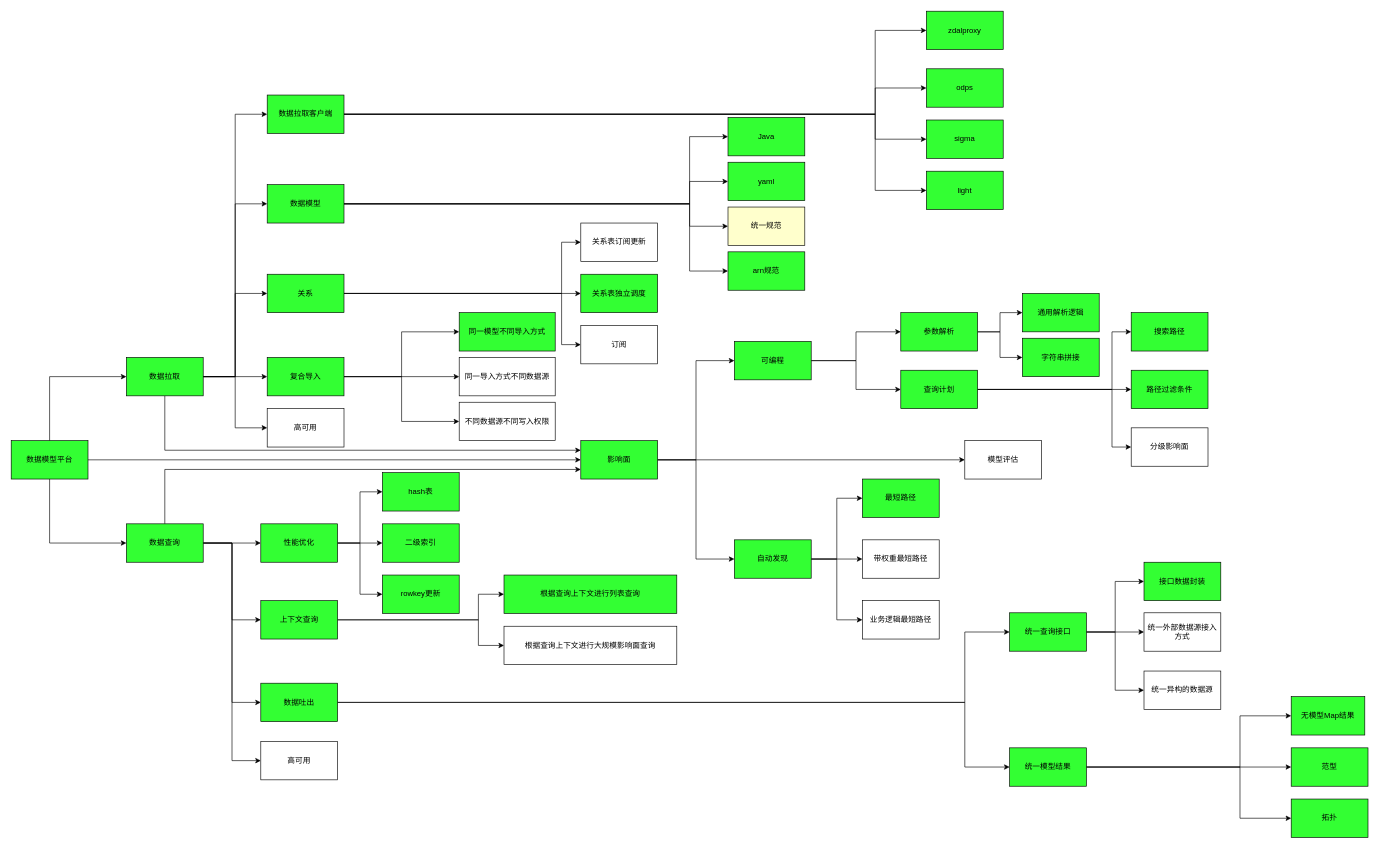
The draw.io diagram 影响面科技树.drawio in frankneu/draw.io, before the edit. Source tidied: cells renumbered, new cells numbered last; positions are measured from the earlier drawing's top-left corner, leaving out a move shared by most shapes. Both pictures are drawn from the tidied source at 64%, with x=0, y=0 at pixel (11, 11).
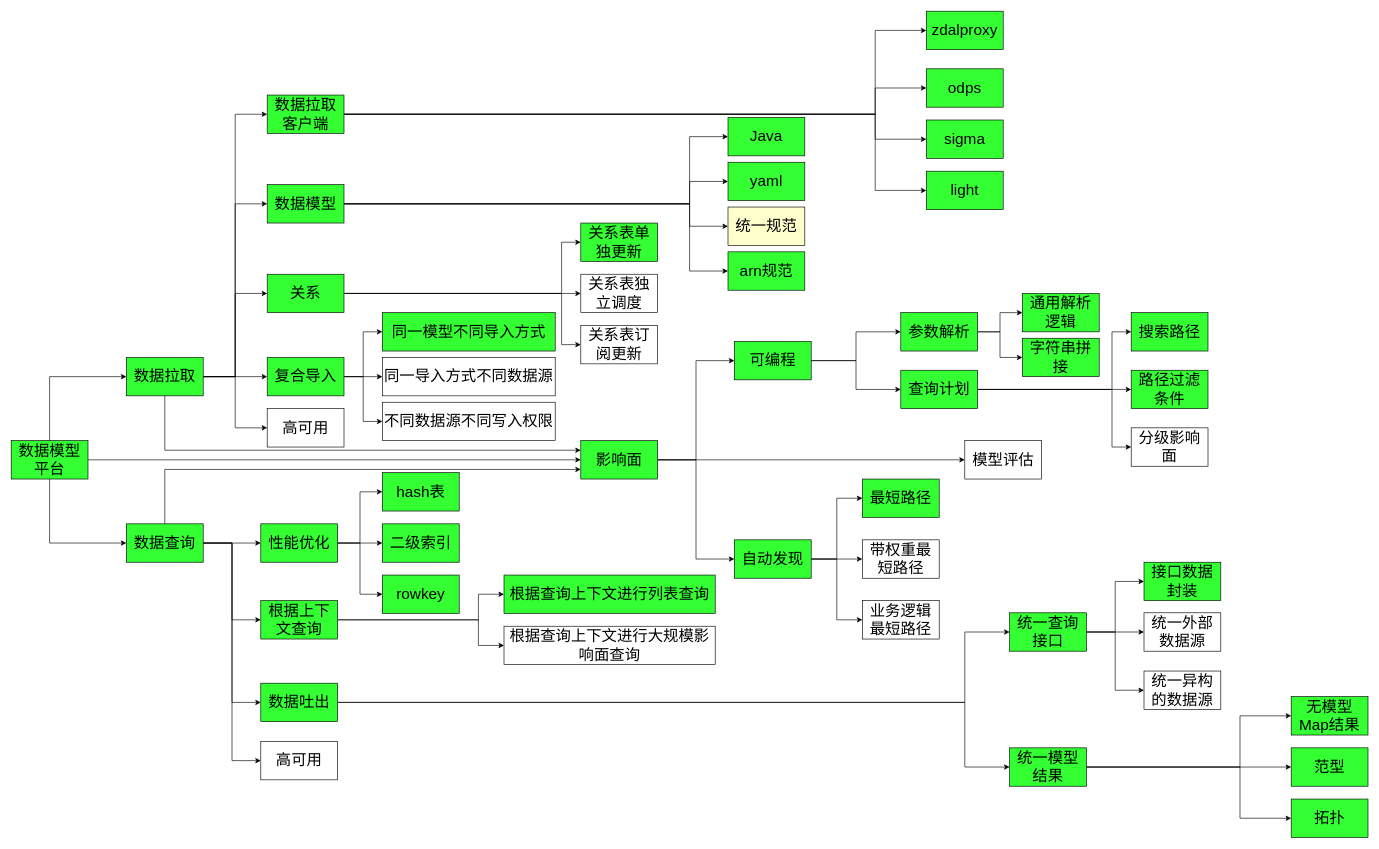
After the change.

Commit message:
Update 影响面科技树.drawio

The edit, as a diff of the source:
```diff
@@
-    <mxCell id="5" value="数据模型平台" style="rounded=0;whiteSpace=wrap;html=1;fillColor=#33FF33;" parent="1" vertex="1">
+    <mxCell id="5" value="&lt;font style=&quot;font-size: 24px&quot;&gt;数据模型平台&lt;/font&gt;" style="rounded=0;whiteSpace=wrap;html=1;fillColor=#33FF33;" parent="1" vertex="1">
       <mxGeometry y="671" width="120" height="60" as="geometry" />
     </mxCell>
@@
-    <mxCell id="12" value="数据拉取" style="rounded=0;whiteSpace=wrap;html=1;fillColor=#33FF33;" parent="1" vertex="1">
+    <mxCell id="12" value="&lt;font style=&quot;font-size: 24px&quot;&gt;数据拉取&lt;/font&gt;" style="rounded=0;whiteSpace=wrap;html=1;fillColor=#33FF33;" parent="1" vertex="1">
       <mxGeometry x="180" y="541" width="120" height="60" as="geometry" />
     </mxCell>
@@
-    <mxCell id="18" value="数据查询" style="rounded=0;whiteSpace=wrap;html=1;fillColor=#33FF33;" parent="1" vertex="1">
+    <mxCell id="18" value="&lt;font style=&quot;font-size: 24px&quot;&gt;数据查询&lt;/font&gt;" style="rounded=0;whiteSpace=wrap;html=1;fillColor=#33FF33;" parent="1" vertex="1">
       <mxGeometry x="180" y="801" width="120" height="60" as="geometry" />
     </mxCell>
@@
-    <mxCell id="22" value="影响面" style="rounded=0;whiteSpace=wrap;html=1;fillColor=#33FF33;" parent="1" vertex="1">
+    <mxCell id="22" value="&lt;font style=&quot;font-size: 24px&quot;&gt;影响面&lt;/font&gt;" style="rounded=0;whiteSpace=wrap;html=1;fillColor=#33FF33;" parent="1" vertex="1">
       <mxGeometry x="890" y="671" width="120" height="60" as="geometry" />
     </mxCell>
@@
-    <mxCell id="27" value="数据拉取客户端" style="rounded=0;whiteSpace=wrap;html=1;fillColor=#33FF33;" parent="1" vertex="1">
+    <mxCell id="27" value="&lt;font style=&quot;font-size: 24px&quot;&gt;数据拉取客户端&lt;/font&gt;" style="rounded=0;whiteSpace=wrap;html=1;fillColor=#33FF33;" parent="1" vertex="1">
       <mxGeometry x="400" y="131" width="120" height="60" as="geometry" />
     </mxCell>
@@
-    <mxCell id="32" value="数据模型" style="rounded=0;whiteSpace=wrap;html=1;fillColor=#33FF33;" parent="1" vertex="1">
+    <mxCell id="32" value="&lt;font style=&quot;font-size: 24px&quot;&gt;数据模型&lt;/font&gt;" style="rounded=0;whiteSpace=wrap;html=1;fillColor=#33FF33;" parent="1" vertex="1">
       <mxGeometry x="400" y="271" width="120" height="60" as="geometry" />
     </mxCell>
@@
-    <mxCell id="35" value="关系" style="rounded=0;whiteSpace=wrap;html=1;fillColor=#33FF33;" parent="1" vertex="1">
+    <mxCell id="35" value="&lt;font style=&quot;font-size: 24px&quot;&gt;关系&lt;/font&gt;" style="rounded=0;whiteSpace=wrap;html=1;fillColor=#33FF33;" parent="1" vertex="1">
       <mxGeometry x="400" y="411" width="120" height="60" as="geometry" />
     </mxCell>
@@
-    <mxCell id="39" value="复合导入" style="rounded=0;whiteSpace=wrap;html=1;fillColor=#33FF33;" parent="1" vertex="1">
+    <mxCell id="39" value="&lt;font style=&quot;font-size: 24px&quot;&gt;复合导入&lt;/font&gt;" style="rounded=0;whiteSpace=wrap;html=1;fillColor=#33FF33;" parent="1" vertex="1">
       <mxGeometry x="400" y="541" width="120" height="60" as="geometry" />
     </mxCell>
@@
-    <mxCell id="43" value="性能优化" style="rounded=0;whiteSpace=wrap;html=1;fillColor=#33FF33;" parent="1" vertex="1">
+    <mxCell id="43" value="&lt;font style=&quot;font-size: 24px&quot;&gt;性能优化&lt;/font&gt;" style="rounded=0;whiteSpace=wrap;html=1;fillColor=#33FF33;" parent="1" vertex="1">
       <mxGeometry x="390" y="801" width="120" height="60" as="geometry" />
     </mxCell>
@@
-    <mxCell id="46" value="上下文查询" style="rounded=0;whiteSpace=wrap;html=1;fillColor=#33FF33;" parent="1" vertex="1">
+    <mxCell id="46" value="&lt;font style=&quot;font-size: 24px&quot;&gt;根据上下文查询&lt;/font&gt;" style="rounded=0;whiteSpace=wrap;html=1;fillColor=#33FF33;" parent="1" vertex="1">
       <mxGeometry x="390" y="921" width="120" height="60" as="geometry" />
     </mxCell>
@@
-    <mxCell id="49" value="数据吐出" style="rounded=0;whiteSpace=wrap;html=1;fillColor=#33FF33;" parent="1" vertex="1">
+    <mxCell id="49" value="&lt;font style=&quot;font-size: 24px&quot;&gt;数据吐出&lt;/font&gt;" style="rounded=0;whiteSpace=wrap;html=1;fillColor=#33FF33;" parent="1" vertex="1">
       <mxGeometry x="390" y="1050" width="120" height="60" as="geometry" />
     </mxCell>
@@
-    <mxCell id="52" value="可编程" style="rounded=0;whiteSpace=wrap;html=1;fillColor=#33FF33;" parent="1" vertex="1">
+    <mxCell id="52" value="&lt;font style=&quot;font-size: 24px&quot;&gt;可编程&lt;/font&gt;" style="rounded=0;whiteSpace=wrap;html=1;fillColor=#33FF33;" parent="1" vertex="1">
       <mxGeometry x="1130" y="516" width="120" height="60" as="geometry" />
     </mxCell>
@@
-    <mxCell id="56" value="自动发现" style="rounded=0;whiteSpace=wrap;html=1;fillColor=#33FF33;" parent="1" vertex="1">
+    <mxCell id="56" value="&lt;font style=&quot;font-size: 24px&quot;&gt;自动发现&lt;/font&gt;" style="rounded=0;whiteSpace=wrap;html=1;fillColor=#33FF33;" parent="1" vertex="1">
       <mxGeometry x="1130" y="826" width="120" height="60" as="geometry" />
     </mxCell>
-    <mxCell id="57" value="zdalproxy" style="rounded=0;whiteSpace=wrap;html=1;fillColor=#33FF33;" parent="1" vertex="1">
+    <mxCell id="57" value="&lt;font style=&quot;font-size: 24px&quot;&gt;zdalproxy&lt;/font&gt;" style="rounded=0;whiteSpace=wrap;html=1;fillColor=#33FF33;" parent="1" vertex="1">
       <mxGeometry x="1430" width="120" height="60" as="geometry" />
     </mxCell>
-    <mxCell id="58" value="odps" style="rounded=0;whiteSpace=wrap;html=1;fillColor=#33FF33;" parent="1" vertex="1">
+    <mxCell id="58" value="&lt;font style=&quot;font-size: 24px&quot;&gt;odps&lt;/font&gt;" style="rounded=0;whiteSpace=wrap;html=1;fillColor=#33FF33;" parent="1" vertex="1">
       <mxGeometry x="1430" y="90" width="120" height="60" as="geometry" />
     </mxCell>
-    <mxCell id="59" value="sigma" style="rounded=0;whiteSpace=wrap;html=1;fillColor=#33FF33;" parent="1" vertex="1">
+    <mxCell id="59" value="&lt;font style=&quot;font-size: 24px&quot;&gt;sigma&lt;/font&gt;" style="rounded=0;whiteSpace=wrap;html=1;fillColor=#33FF33;" parent="1" vertex="1">
       <mxGeometry x="1430" y="170" width="120" height="60" as="geometry" />
     </mxCell>
-    <mxCell id="60" value="light" style="rounded=0;whiteSpace=wrap;html=1;fillColor=#33FF33;" parent="1" vertex="1">
+    <mxCell id="60" value="&lt;font style=&quot;font-size: 24px&quot;&gt;light&lt;/font&gt;" style="rounded=0;whiteSpace=wrap;html=1;fillColor=#33FF33;" parent="1" vertex="1">
       <mxGeometry x="1430" y="250" width="120" height="60" as="geometry" />
     </mxCell>
-    <mxCell id="61" value="Java" style="rounded=0;whiteSpace=wrap;html=1;fillColor=#33FF33;" parent="1" vertex="1">
+    <mxCell id="61" value="&lt;font style=&quot;font-size: 24px&quot;&gt;Java&lt;/font&gt;" style="rounded=0;whiteSpace=wrap;html=1;fillColor=#33FF33;" parent="1" vertex="1">
       <mxGeometry x="1120" y="166" width="120" height="60" as="geometry" />
     </mxCell>
-    <mxCell id="62" value="yaml" style="rounded=0;whiteSpace=wrap;html=1;fillColor=#33FF33;" parent="1" vertex="1">
+    <mxCell id="62" value="&lt;font style=&quot;font-size: 24px&quot;&gt;yaml&lt;/font&gt;" style="rounded=0;whiteSpace=wrap;html=1;fillColor=#33FF33;" parent="1" vertex="1">
       <mxGeometry x="1120" y="236" width="120" height="60" as="geometry" />
     </mxCell>
-    <mxCell id="63" value="统一规范" style="rounded=0;whiteSpace=wrap;html=1;fillColor=#FFFFCC;" parent="1" vertex="1">
+    <mxCell id="63" value="&lt;font style=&quot;font-size: 24px&quot;&gt;统一规范&lt;/font&gt;" style="rounded=0;whiteSpace=wrap;html=1;fillColor=#FFFFCC;" parent="1" vertex="1">
       <mxGeometry x="1120" y="306" width="120" height="60" as="geometry" />
     </mxCell>
-    <mxCell id="64" value="arn规范" style="rounded=0;whiteSpace=wrap;html=1;fillColor=#33FF33;" parent="1" vertex="1">
+    <mxCell id="64" value="&lt;font style=&quot;font-size: 24px&quot;&gt;arn规范&lt;/font&gt;" style="rounded=0;whiteSpace=wrap;html=1;fillColor=#33FF33;" parent="1" vertex="1">
       <mxGeometry x="1120" y="376" width="120" height="60" as="geometry" />
     </mxCell>
-    <mxCell id="65" value="关系表独立调度" style="rounded=0;whiteSpace=wrap;html=1;fillColor=#33FF33;" parent="1" vertex="1">
+    <mxCell id="65" value="&lt;font style=&quot;font-size: 24px&quot;&gt;关系表独立调度&lt;/font&gt;" style="rounded=0;whiteSpace=wrap;html=1;fillColor=none;" parent="1" vertex="1">
       <mxGeometry x="890" y="411" width="120" height="60" as="geometry" />
     </mxCell>
@@
-    <mxCell id="67" value="关系表订阅更新" style="rounded=0;whiteSpace=wrap;html=1;" parent="1" vertex="1">
+    <mxCell id="67" value="&lt;font style=&quot;font-size: 24px&quot;&gt;关系表单独更新&lt;/font&gt;" style="rounded=0;whiteSpace=wrap;html=1;fillColor=#33FF33;" parent="1" vertex="1">
       <mxGeometry x="890" y="331" width="120" height="60" as="geometry" />
     </mxCell>
-    <mxCell id="68" value="订阅" style="rounded=0;whiteSpace=wrap;html=1;" parent="1" vertex="1">
+    <mxCell id="68" value="&lt;font style=&quot;font-size: 24px&quot;&gt;关系表订阅更新&lt;/font&gt;" style="rounded=0;whiteSpace=wrap;html=1;" parent="1" vertex="1">
       <mxGeometry x="890" y="491" width="120" height="60" as="geometry" />
     </mxCell>
-    <mxCell id="69" value="同一模型不同导入方式" style="rounded=0;whiteSpace=wrap;html=1;fillColor=#33FF33;" parent="1" vertex="1">
-      <mxGeometry x="700" y="471" width="150" height="60" as="geometry" />
+    <mxCell id="69" value="&lt;font style=&quot;font-size: 24px&quot;&gt;同一模型不同导入方式&lt;/font&gt;" style="rounded=0;whiteSpace=wrap;html=1;fillColor=#33FF33;" parent="1" vertex="1">
+      <mxGeometry x="580" y="471" width="270" height="60" as="geometry" />
     </mxCell>
-    <mxCell id="70" value="同一导入方式不同数据源" style="rounded=0;whiteSpace=wrap;html=1;" parent="1" vertex="1">
-      <mxGeometry x="700" y="541" width="150" height="60" as="geometry" />
+    <mxCell id="70" value="&lt;font style=&quot;font-size: 24px&quot;&gt;同一导入方式不同数据源&lt;/font&gt;" style="rounded=0;whiteSpace=wrap;html=1;" parent="1" vertex="1">
+      <mxGeometry x="580" y="541" width="270" height="60" as="geometry" />
     </mxCell>
-    <mxCell id="71" value="不同数据源不同写入权限" style="rounded=0;whiteSpace=wrap;html=1;" parent="1" vertex="1">
-      <mxGeometry x="700" y="611" width="150" height="60" as="geometry" />
+    <mxCell id="71" value="&lt;font style=&quot;font-size: 24px&quot;&gt;不同数据源不同写入权限&lt;/font&gt;" style="rounded=0;whiteSpace=wrap;html=1;" parent="1" vertex="1">
+      <mxGeometry x="580" y="611" width="270" height="60" as="geometry" />
     </mxCell>
-    <mxCell id="72" value="hash表" style="rounded=0;whiteSpace=wrap;html=1;fillColor=#33FF33;" parent="1" vertex="1">
+    <mxCell id="72" value="&lt;font style=&quot;font-size: 24px&quot;&gt;hash表&lt;/font&gt;" style="rounded=0;whiteSpace=wrap;html=1;fillColor=#33FF33;" parent="1" vertex="1">
       <mxGeometry x="580" y="721" width="120" height="60" as="geometry" />
     </mxCell>
-    <mxCell id="73" value="二级索引" style="rounded=0;whiteSpace=wrap;html=1;fillColor=#33FF33;" parent="1" vertex="1">
+    <mxCell id="73" value="&lt;font style=&quot;font-size: 24px&quot;&gt;二级索引&lt;/font&gt;" style="rounded=0;whiteSpace=wrap;html=1;fillColor=#33FF33;" parent="1" vertex="1">
       <mxGeometry x="580" y="801" width="120" height="60" as="geometry" />
     </mxCell>
-    <mxCell id="74" value="rowkey更新" style="rounded=0;whiteSpace=wrap;html=1;fillColor=#33FF33;" parent="1" vertex="1">
+    <mxCell id="74" value="&lt;font style=&quot;font-size: 24px&quot;&gt;rowkey&lt;/font&gt;" style="rounded=0;whiteSpace=wrap;html=1;fillColor=#33FF33;" parent="1" vertex="1">
       <mxGeometry x="580" y="881" width="120" height="60" as="geometry" />
     </mxCell>
-    <mxCell id="75" value="根据查询上下文进行列表查询" style="rounded=0;whiteSpace=wrap;html=1;fillColor=#33FF33;" parent="1" vertex="1">
-      <mxGeometry x="770" y="881" width="270" height="60" as="geometry" />
+    <mxCell id="75" value="&lt;font style=&quot;font-size: 24px&quot;&gt;根据查询上下文进行列表查询&lt;/font&gt;" style="rounded=0;whiteSpace=wrap;html=1;fillColor=#33FF33;" parent="1" vertex="1">
+      <mxGeometry x="770" y="881" width="330" height="60" as="geometry" />
     </mxCell>
-    <mxCell id="76" value="根据查询上下文进行大规模影响面查询" style="rounded=0;whiteSpace=wrap;html=1;" parent="1" vertex="1">
-      <mxGeometry x="770" y="961" width="270" height="60" as="geometry" />
+    <mxCell id="76" value="&lt;font style=&quot;font-size: 24px&quot;&gt;根据查询上下文进行大规模影响面查询&lt;/font&gt;" style="rounded=0;whiteSpace=wrap;html=1;" parent="1" vertex="1">
+      <mxGeometry x="770" y="961" width="330" height="60" as="geometry" />
     </mxCell>
@@
-    <mxCell id="80" value="统一查询接口" style="rounded=0;whiteSpace=wrap;html=1;fillColor=#33FF33;" parent="1" vertex="1">
+    <mxCell id="80" value="&lt;font style=&quot;font-size: 24px&quot;&gt;统一查询接口&lt;/font&gt;" style="rounded=0;whiteSpace=wrap;html=1;fillColor=#33FF33;" parent="1" vertex="1">
       <mxGeometry x="1560" y="940" width="120" height="60" as="geometry" />
     </mxCell>
@@
-    <mxCell id="84" value="统一模型结果" style="rounded=0;whiteSpace=wrap;html=1;fillColor=#33FF33;" parent="1" vertex="1">
+    <mxCell id="84" value="&lt;font style=&quot;font-size: 24px&quot;&gt;统一模型结果&lt;/font&gt;" style="rounded=0;whiteSpace=wrap;html=1;fillColor=#33FF33;" parent="1" vertex="1">
       <mxGeometry x="1560" y="1151" width="120" height="60" as="geometry" />
     </mxCell>
-    <mxCell id="85" value="接口数据封装" style="rounded=1;whiteSpace=wrap;html=1;arcSize=0;fillColor=#33FF33;" parent="1" vertex="1">
+    <mxCell id="85" value="&lt;font style=&quot;font-size: 24px&quot;&gt;接口数据封装&lt;/font&gt;" style="rounded=1;whiteSpace=wrap;html=1;arcSize=0;fillColor=#33FF33;" parent="1" vertex="1">
       <mxGeometry x="1770" y="861" width="120" height="60" as="geometry" />
     </mxCell>
-    <mxCell id="86" value="统一外部数据源接入方式" style="rounded=0;whiteSpace=wrap;html=1;" parent="1" vertex="1">
+    <mxCell id="86" value="&lt;font style=&quot;font-size: 24px&quot;&gt;统一外部数据源&lt;/font&gt;" style="rounded=0;whiteSpace=wrap;html=1;" parent="1" vertex="1">
       <mxGeometry x="1770" y="940" width="120" height="60" as="geometry" />
     </mxCell>
-    <mxCell id="87" value="统一异构的数据源" style="rounded=0;whiteSpace=wrap;html=1;" parent="1" vertex="1">
+    <mxCell id="87" value="&lt;font style=&quot;font-size: 24px&quot;&gt;统一异构的数据源&lt;/font&gt;" style="rounded=0;whiteSpace=wrap;html=1;" parent="1" vertex="1">
       <mxGeometry x="1770" y="1031" width="120" height="60" as="geometry" />
     </mxCell>
-    <mxCell id="88" value="无模型Map结果" style="rounded=0;whiteSpace=wrap;html=1;fillColor=#33FF33;" parent="1" vertex="1">
-      <mxGeometry x="2000" y="1071" width="115" height="60" as="geometry" />
+    <mxCell id="88" value="&lt;font style=&quot;font-size: 24px&quot;&gt;无模型Map结果&lt;/font&gt;" style="rounded=0;whiteSpace=wrap;html=1;fillColor=#33FF33;" parent="1" vertex="1">
+      <mxGeometry x="2000" y="1071" width="120" height="60" as="geometry" />
     </mxCell>
-    <mxCell id="89" value="范型" style="rounded=0;whiteSpace=wrap;html=1;fillColor=#33FF33;" parent="1" vertex="1">
+    <mxCell id="89" value="&lt;font style=&quot;font-size: 24px&quot;&gt;范型&lt;/font&gt;" style="rounded=0;whiteSpace=wrap;html=1;fillColor=#33FF33;" parent="1" vertex="1">
       <mxGeometry x="2000" y="1151" width="120" height="60" as="geometry" />
     </mxCell>
-    <mxCell id="90" value="拓扑" style="rounded=0;whiteSpace=wrap;html=1;fillColor=#33FF33;" parent="1" vertex="1">
+    <mxCell id="90" value="&lt;font style=&quot;font-size: 24px&quot;&gt;拓扑&lt;/font&gt;" style="rounded=0;whiteSpace=wrap;html=1;fillColor=#33FF33;" parent="1" vertex="1">
       <mxGeometry x="2000" y="1231" width="120" height="60" as="geometry" />
     </mxCell>
@@
-    <mxCell id="93" value="参数解析" style="rounded=0;whiteSpace=wrap;html=1;fillColor=#33FF33;" parent="1" vertex="1">
+    <mxCell id="93" value="&lt;font style=&quot;font-size: 24px&quot;&gt;参数解析&lt;/font&gt;" style="rounded=0;whiteSpace=wrap;html=1;fillColor=#33FF33;" parent="1" vertex="1">
       <mxGeometry x="1390" y="471" width="120" height="60" as="geometry" />
     </mxCell>
@@
-    <mxCell id="97" value="查询计划" style="rounded=0;whiteSpace=wrap;html=1;fillColor=#33FF33;" parent="1" vertex="1">
+    <mxCell id="97" value="&lt;font style=&quot;font-size: 24px&quot;&gt;查询计划&lt;/font&gt;" style="rounded=0;whiteSpace=wrap;html=1;fillColor=#33FF33;" parent="1" vertex="1">
       <mxGeometry x="1390" y="561" width="120" height="60" as="geometry" />
     </mxCell>
-    <mxCell id="98" value="最短路径" style="rounded=0;whiteSpace=wrap;html=1;fillColor=#33FF33;" parent="1" vertex="1">
+    <mxCell id="98" value="&lt;font style=&quot;font-size: 24px&quot;&gt;最短路径&lt;/font&gt;" style="rounded=0;whiteSpace=wrap;html=1;fillColor=#33FF33;" parent="1" vertex="1">
       <mxGeometry x="1330" y="731" width="120" height="60" as="geometry" />
     </mxCell>
-    <mxCell id="99" value="带权重最短路径" style="rounded=0;whiteSpace=wrap;html=1;" parent="1" vertex="1">
+    <mxCell id="99" value="&lt;font style=&quot;font-size: 24px&quot;&gt;带权重最短路径&lt;/font&gt;" style="rounded=0;whiteSpace=wrap;html=1;" parent="1" vertex="1">
       <mxGeometry x="1330" y="826" width="120" height="60" as="geometry" />
     </mxCell>
-    <mxCell id="100" value="业务逻辑最短路径" style="rounded=0;whiteSpace=wrap;html=1;" parent="1" vertex="1">
+    <mxCell id="100" value="&lt;font style=&quot;font-size: 24px&quot;&gt;业务逻辑最短路径&lt;/font&gt;" style="rounded=0;whiteSpace=wrap;html=1;" parent="1" vertex="1">
       <mxGeometry x="1330" y="921" width="120" height="60" as="geometry" />
     </mxCell>
-    <mxCell id="101" value="通用解析逻辑" style="rounded=0;whiteSpace=wrap;html=1;fillColor=#33FF33;" parent="1" vertex="1">
+    <mxCell id="101" value="&lt;font style=&quot;font-size: 24px&quot;&gt;通用解析逻辑&lt;/font&gt;" style="rounded=0;whiteSpace=wrap;html=1;fillColor=#33FF33;" parent="1" vertex="1">
       <mxGeometry x="1580" y="441" width="120" height="60" as="geometry" />
     </mxCell>
-    <mxCell id="102" value="字符串拼接" style="rounded=0;whiteSpace=wrap;html=1;fillColor=#33FF33;" parent="1" vertex="1">
+    <mxCell id="102" value="&lt;font style=&quot;font-size: 24px&quot;&gt;字符串拼接&lt;/font&gt;" style="rounded=0;whiteSpace=wrap;html=1;fillColor=#33FF33;" parent="1" vertex="1">
       <mxGeometry x="1580" y="511" width="120" height="60" as="geometry" />
     </mxCell>
-    <mxCell id="103" value="搜索路径" style="rounded=0;whiteSpace=wrap;html=1;fillColor=#33FF33;" parent="1" vertex="1">
+    <mxCell id="103" value="&lt;font style=&quot;font-size: 24px&quot;&gt;搜索路径&lt;/font&gt;" style="rounded=0;whiteSpace=wrap;html=1;fillColor=#33FF33;" parent="1" vertex="1">
       <mxGeometry x="1750" y="471" width="120" height="60" as="geometry" />
     </mxCell>
-    <mxCell id="104" value="路径过滤条件" style="rounded=0;whiteSpace=wrap;html=1;fillColor=#33FF33;" parent="1" vertex="1">
+    <mxCell id="104" value="&lt;font style=&quot;font-size: 24px&quot;&gt;路径过滤条件&lt;/font&gt;" style="rounded=0;whiteSpace=wrap;html=1;fillColor=#33FF33;" parent="1" vertex="1">
       <mxGeometry x="1750" y="561" width="120" height="60" as="geometry" />
     </mxCell>
-    <mxCell id="105" value="分级影响面" style="rounded=0;whiteSpace=wrap;html=1;" parent="1" vertex="1">
+    <mxCell id="105" value="&lt;font style=&quot;font-size: 24px&quot;&gt;分级影响面&lt;/font&gt;" style="rounded=0;whiteSpace=wrap;html=1;" parent="1" vertex="1">
       <mxGeometry x="1750" y="651" width="120" height="60" as="geometry" />
     </mxCell>
-    <mxCell id="106" value="高可用" style="rounded=0;whiteSpace=wrap;html=1;" parent="1" vertex="1">
+    <mxCell id="106" value="&lt;font style=&quot;font-size: 24px&quot;&gt;高可用&lt;/font&gt;" style="rounded=0;whiteSpace=wrap;html=1;" parent="1" vertex="1">
       <mxGeometry x="400" y="621" width="120" height="60" as="geometry" />
     </mxCell>
-    <mxCell id="107" value="高可用" style="rounded=0;whiteSpace=wrap;html=1;" parent="1" vertex="1">
+    <mxCell id="107" value="&lt;font style=&quot;font-size: 24px&quot;&gt;高可用&lt;/font&gt;" style="rounded=0;whiteSpace=wrap;html=1;" parent="1" vertex="1">
       <mxGeometry x="390" y="1141" width="120" height="60" as="geometry" />
     </mxCell>
-    <mxCell id="108" value="模型评估" style="rounded=0;whiteSpace=wrap;html=1;fillColor=none;" parent="1" vertex="1">
+    <mxCell id="108" value="&lt;font style=&quot;font-size: 24px&quot;&gt;模型评估&lt;/font&gt;" style="rounded=0;whiteSpace=wrap;html=1;fillColor=none;" parent="1" vertex="1">
       <mxGeometry x="1490" y="671" width="120" height="60" as="geometry" />
     </mxCell>
```
